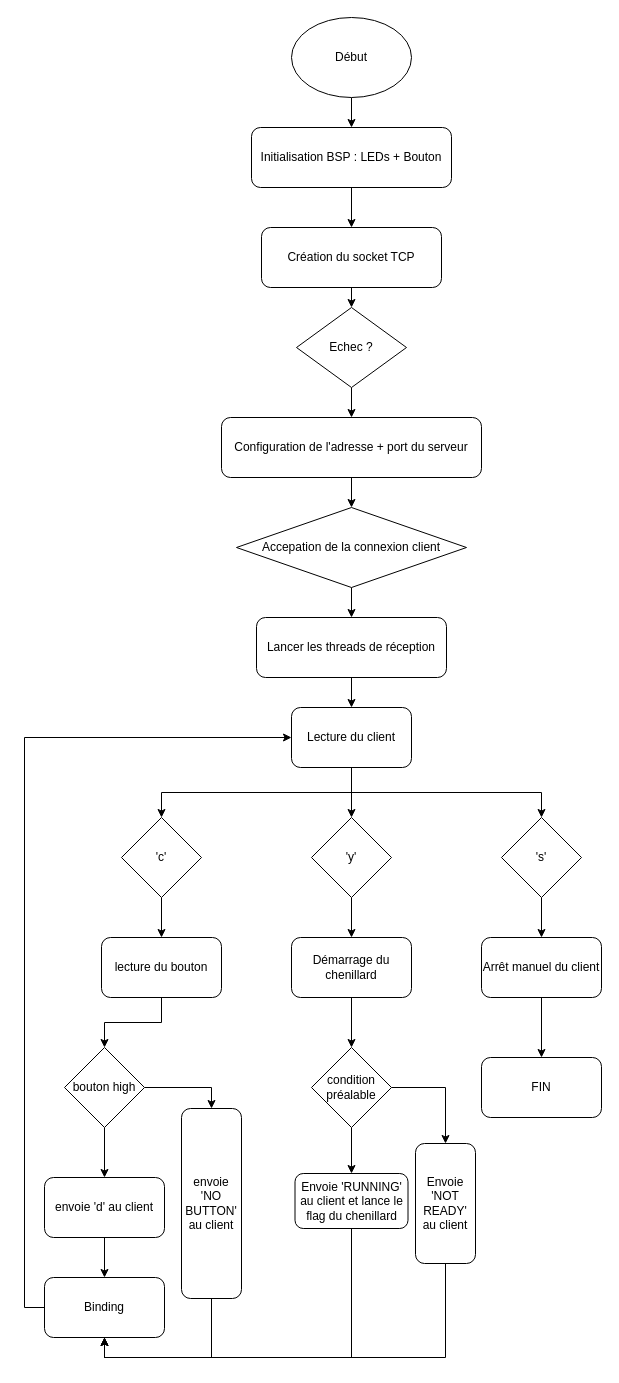
The draw.io diagram linux_projet.drawio in mathe2810/mathe2810, before the edit. Source tidied: cells renumbered, new cells numbered last; positions are measured from the earlier drawing's top-left corner, leaving out a move shared by most shapes. Both pictures are drawn from the tidied source at 100%, with x=0, y=0 at pixel (44, 17).
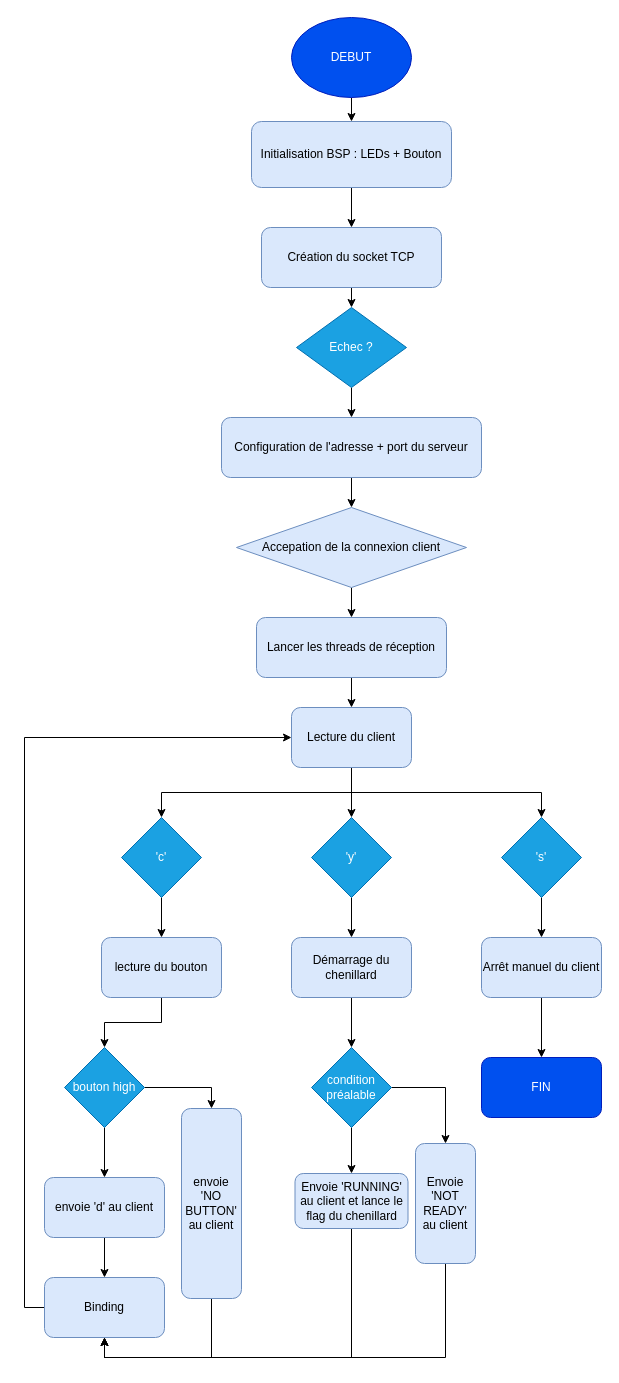
After the change.

Commit message (it also covers changes not shown here):
Mettre à jour linux_projet.drawio

Diff of the diagram source:
```diff
@@
-    <mxCell id="3" value="Début" style="ellipse;whiteSpace=wrap;html=1;" parent="1" vertex="1">
+    <mxCell id="3" value="DEBUT" style="ellipse;whiteSpace=wrap;html=1;fillColor=#0050ef;fontColor=#ffffff;strokeColor=#001DBC;" parent="1" vertex="1">
       <mxGeometry x="247" width="120" height="80" as="geometry" />
     </mxCell>
@@
-    <mxCell id="5" value="Initialisation BSP : LEDs + Bouton" style="rounded=1;whiteSpace=wrap;html=1;" parent="1" vertex="1">
-      <mxGeometry x="207" y="110" width="200" height="60" as="geometry" />
+    <mxCell id="5" value="Initialisation BSP : LEDs + Bouton" style="rounded=1;whiteSpace=wrap;html=1;fillColor=#dae8fc;strokeColor=#6c8ebf;" parent="1" vertex="1">
+      <mxGeometry x="207" y="104" width="200" height="66" as="geometry" />
     </mxCell>
@@
-    <mxCell id="7" value="Création du socket TCP" style="rounded=1;whiteSpace=wrap;html=1;" parent="1" vertex="1">
+    <mxCell id="7" value="Création du socket TCP" style="rounded=1;whiteSpace=wrap;html=1;fillColor=#dae8fc;strokeColor=#6c8ebf;" parent="1" vertex="1">
       <mxGeometry x="217" y="210" width="180" height="60" as="geometry" />
     </mxCell>
@@
-    <mxCell id="9" value="Echec ?" style="rhombus;whiteSpace=wrap;html=1;" parent="1" vertex="1">
+    <mxCell id="9" value="Echec ?" style="rhombus;whiteSpace=wrap;html=1;fillColor=#1ba1e2;fontColor=#ffffff;strokeColor=#006EAF;" parent="1" vertex="1">
       <mxGeometry x="252" y="290" width="110" height="80" as="geometry" />
     </mxCell>
@@
-    <mxCell id="11" value="Configuration de l'adresse + port du serveur" style="rounded=1;whiteSpace=wrap;html=1;" parent="1" vertex="1">
+    <mxCell id="11" value="Configuration de l'adresse + port du serveur" style="rounded=1;whiteSpace=wrap;html=1;fillColor=#dae8fc;strokeColor=#6c8ebf;" parent="1" vertex="1">
       <mxGeometry x="177" y="400" width="260" height="60" as="geometry" />
     </mxCell>
@@
-    <mxCell id="13" value="Accepation de la connexion client" style="rhombus;whiteSpace=wrap;html=1;" parent="1" vertex="1">
+    <mxCell id="13" value="Accepation de la connexion client" style="rhombus;whiteSpace=wrap;html=1;fillColor=#dae8fc;strokeColor=#6c8ebf;" parent="1" vertex="1">
       <mxGeometry x="192" y="490" width="230" height="80" as="geometry" />
     </mxCell>
@@
-    <mxCell id="15" value="Lancer les threads de réception" style="rounded=1;whiteSpace=wrap;html=1;" parent="1" vertex="1">
+    <mxCell id="15" value="Lancer les threads de réception" style="rounded=1;whiteSpace=wrap;html=1;fillColor=#dae8fc;strokeColor=#6c8ebf;" parent="1" vertex="1">
       <mxGeometry x="212" y="600" width="190" height="60" as="geometry" />
     </mxCell>
@@
-    <mxCell id="19" value="Lecture du client" style="whiteSpace=wrap;html=1;rounded=1;" parent="1" vertex="1">
+    <mxCell id="19" value="Lecture du client" style="whiteSpace=wrap;html=1;rounded=1;fillColor=#dae8fc;strokeColor=#6c8ebf;" parent="1" vertex="1">
       <mxGeometry x="247" y="690" width="120" height="60" as="geometry" />
     </mxCell>
@@
-    <mxCell id="21" value="'c'" style="rhombus;whiteSpace=wrap;html=1;" parent="1" vertex="1">
+    <mxCell id="21" value="'c'" style="rhombus;whiteSpace=wrap;html=1;fillColor=#1ba1e2;fontColor=#ffffff;strokeColor=#006EAF;" parent="1" vertex="1">
       <mxGeometry x="77" y="800" width="80" height="80" as="geometry" />
     </mxCell>
@@
-    <mxCell id="23" value="lecture du bouton" style="rounded=1;whiteSpace=wrap;html=1;" parent="1" vertex="1">
+    <mxCell id="23" value="lecture du bouton" style="rounded=1;whiteSpace=wrap;html=1;fillColor=#dae8fc;strokeColor=#6c8ebf;" parent="1" vertex="1">
       <mxGeometry x="57" y="920" width="120" height="60" as="geometry" />
     </mxCell>
@@
-    <mxCell id="26" value="bouton high" style="rhombus;whiteSpace=wrap;html=1;" parent="1" vertex="1">
+    <mxCell id="26" value="bouton high" style="rhombus;whiteSpace=wrap;html=1;fillColor=#1ba1e2;fontColor=#ffffff;strokeColor=#006EAF;" parent="1" vertex="1">
       <mxGeometry x="20" y="1030" width="80" height="80" as="geometry" />
     </mxCell>
@@
-    <mxCell id="28" value="envoie 'd' au client" style="rounded=1;whiteSpace=wrap;html=1;" parent="1" vertex="1">
+    <mxCell id="28" value="envoie 'd' au client" style="rounded=1;whiteSpace=wrap;html=1;fillColor=#dae8fc;strokeColor=#6c8ebf;" parent="1" vertex="1">
       <mxGeometry y="1160" width="120" height="60" as="geometry" />
     </mxCell>
@@
-    <mxCell id="30" value="envoie 'NO BUTTON' au client" style="rounded=1;whiteSpace=wrap;html=1;direction=south;" parent="1" vertex="1">
+    <mxCell id="30" value="envoie 'NO BUTTON' au client" style="rounded=1;whiteSpace=wrap;html=1;direction=south;fillColor=#dae8fc;strokeColor=#6c8ebf;" parent="1" vertex="1">
       <mxGeometry x="137" y="1091" width="60" height="190" as="geometry" />
     </mxCell>
@@
-    <mxCell id="32" value="Binding" style="rounded=1;whiteSpace=wrap;html=1;" parent="1" vertex="1">
+    <mxCell id="32" value="Binding" style="rounded=1;whiteSpace=wrap;html=1;fillColor=#dae8fc;strokeColor=#6c8ebf;" parent="1" vertex="1">
       <mxGeometry y="1260" width="120" height="60" as="geometry" />
     </mxCell>
@@
-    <mxCell id="34" value="'y'" style="rhombus;whiteSpace=wrap;html=1;" parent="1" vertex="1">
+    <mxCell id="34" value="'y'" style="rhombus;whiteSpace=wrap;html=1;fillColor=#1ba1e2;fontColor=#ffffff;strokeColor=#006EAF;" parent="1" vertex="1">
       <mxGeometry x="267" y="800" width="80" height="80" as="geometry" />
     </mxCell>
@@
-    <mxCell id="36" value="Démarrage du chenillard" style="rounded=1;whiteSpace=wrap;html=1;" parent="1" vertex="1">
+    <mxCell id="36" value="Démarrage du chenillard" style="rounded=1;whiteSpace=wrap;html=1;fillColor=#dae8fc;strokeColor=#6c8ebf;" parent="1" vertex="1">
       <mxGeometry x="247" y="920" width="120" height="60" as="geometry" />
     </mxCell>
@@
-    <mxCell id="39" value="condition préalable" style="rhombus;whiteSpace=wrap;html=1;" parent="1" vertex="1">
+    <mxCell id="39" value="condition préalable" style="rhombus;whiteSpace=wrap;html=1;fillColor=#1ba1e2;fontColor=#ffffff;strokeColor=#006EAF;" parent="1" vertex="1">
       <mxGeometry x="267" y="1030" width="80" height="80" as="geometry" />
     </mxCell>
@@
-    <mxCell id="41" value="Envoie 'RUNNING' au client et lance le flag du chenillard" style="rounded=1;whiteSpace=wrap;html=1;" parent="1" vertex="1">
+    <mxCell id="41" value="Envoie 'RUNNING' au client et lance le flag du chenillard" style="rounded=1;whiteSpace=wrap;html=1;fillColor=#dae8fc;strokeColor=#6c8ebf;" parent="1" vertex="1">
       <mxGeometry x="250.5" y="1156" width="113" height="55" as="geometry" />
     </mxCell>
@@
-    <mxCell id="43" value="Envoie 'NOT READY' au client" style="rounded=1;whiteSpace=wrap;html=1;direction=south;" parent="1" vertex="1">
+    <mxCell id="43" value="Envoie 'NOT READY' au client" style="rounded=1;whiteSpace=wrap;html=1;direction=south;fillColor=#dae8fc;strokeColor=#6c8ebf;" parent="1" vertex="1">
       <mxGeometry x="371" y="1126" width="60" height="120" as="geometry" />
     </mxCell>
@@
-    <mxCell id="45" value="'s'" style="rhombus;whiteSpace=wrap;html=1;" parent="1" vertex="1">
+    <mxCell id="45" value="'s'" style="rhombus;whiteSpace=wrap;html=1;fillColor=#1ba1e2;fontColor=#ffffff;strokeColor=#006EAF;" parent="1" vertex="1">
       <mxGeometry x="457" y="800" width="80" height="80" as="geometry" />
     </mxCell>
@@
-    <mxCell id="47" value="Arrêt manuel du client" style="rounded=1;whiteSpace=wrap;html=1;" parent="1" vertex="1">
+    <mxCell id="47" value="Arrêt manuel du client" style="rounded=1;whiteSpace=wrap;html=1;fillColor=#dae8fc;strokeColor=#6c8ebf;" parent="1" vertex="1">
       <mxGeometry x="437" y="920" width="120" height="60" as="geometry" />
     </mxCell>
-    <mxCell id="48" value="FIN" style="rounded=1;whiteSpace=wrap;html=1;" parent="1" vertex="1">
+    <mxCell id="48" value="FIN" style="rounded=1;whiteSpace=wrap;html=1;fillColor=#0050ef;fontColor=#ffffff;strokeColor=#001DBC;" parent="1" vertex="1">
       <mxGeometry x="437" y="1040" width="120" height="60" as="geometry" />
     </mxCell>
```
